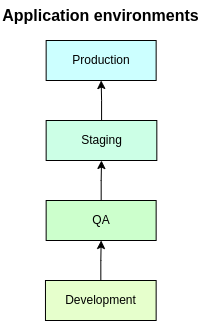
This is public/static/images/blogs/web/crownstack-git-workflow/application-environments.png from cs-quicklabs/crownstack-blog, a draw.io export, as it was before one commit. Source tidied: cells renumbered, new cells last; positions are measured from the earlier drawing's top-left corner, leaving out a move shared by most shapes.
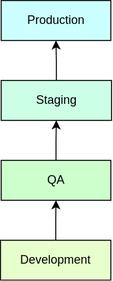
After the commit.

What changed in the source:
```diff
@@ -23,8 +23,5 @@
     <mxCell id="8" value="Development" style="text;html=1;strokeColor=#000000;fillColor=#E6FFCC;align=center;verticalAlign=middle;whiteSpace=wrap;rounded=0;fontSize=12;" parent="1" vertex="1">
       <mxGeometry x="45" y="280" width="110.7" height="40" as="geometry" />
     </mxCell>
-    <mxCell id="9" value="&lt;font style=&quot;font-size: 16px;&quot;&gt;Application environments&lt;/font&gt;" style="text;html=1;strokeColor=none;fillColor=none;align=center;verticalAlign=middle;whiteSpace=wrap;rounded=0;fontStyle=1;" parent="1" vertex="1">
-      <mxGeometry x="-0.3" width="201.3" height="30" as="geometry" />
-    </mxCell>
   </root>
 </mxGraphModel>
```
